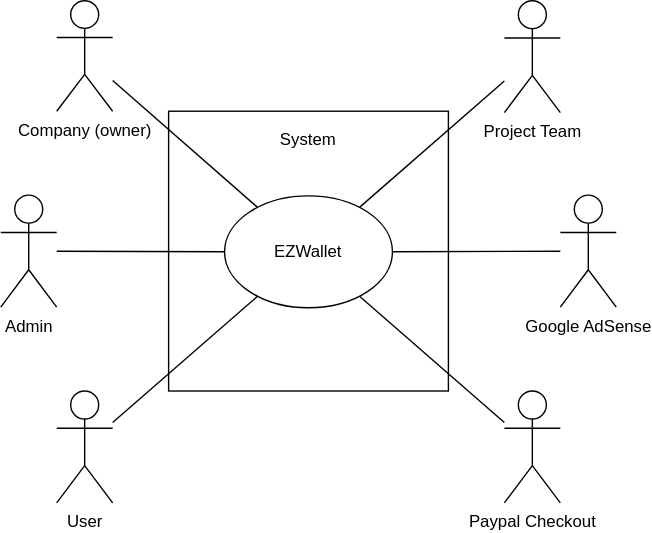
pucciorenzo/softengTesting keeps this draw.io diagram as diagrams/ContextDiagramV2.svg. Above is the earlier version. Source tidied: cells renumbered, new cells last; positions are measured from the earlier drawing's top-left corner, leaving out a move shared by most shapes.
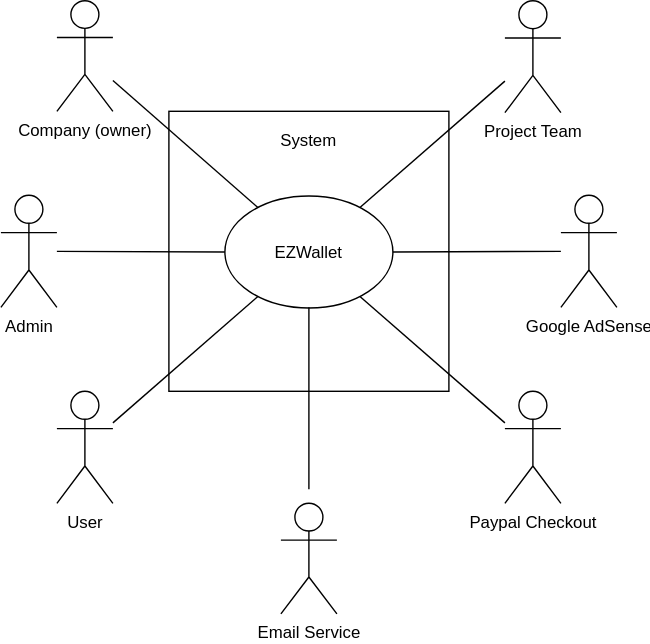
The same diagram one commit later.

Commit message:
Context and Dep diagrams v2 added email service

What changed in the source:
```diff
@@ -47,5 +47,14 @@
     <mxCell id="16" style="endArrow=none;html=1;rounded=0;" parent="1" edge="1" source="3" target="13">
       <mxGeometry relative="1" as="geometry" />
     </mxCell>
+    <mxCell id="17" value="&lt;div&gt;Email Service&lt;/div&gt;" style="shape=umlActor;verticalLabelPosition=bottom;verticalAlign=top;html=1;labelPosition=center;align=center;flipV=0;flipH=0;" parent="1" vertex="1">
+      <mxGeometry x="200" y="359" width="40" height="79" as="geometry" />
+    </mxCell>
+    <mxCell id="18" style="endArrow=none;html=1;rounded=0;" parent="1" edge="1">
+      <mxGeometry relative="1" as="geometry">
+        <mxPoint x="220" y="219" as="sourcePoint" />
+        <mxPoint x="220" y="349" as="targetPoint" />
+      </mxGeometry>
+    </mxCell>
   </root>
 </mxGraphModel>
```
